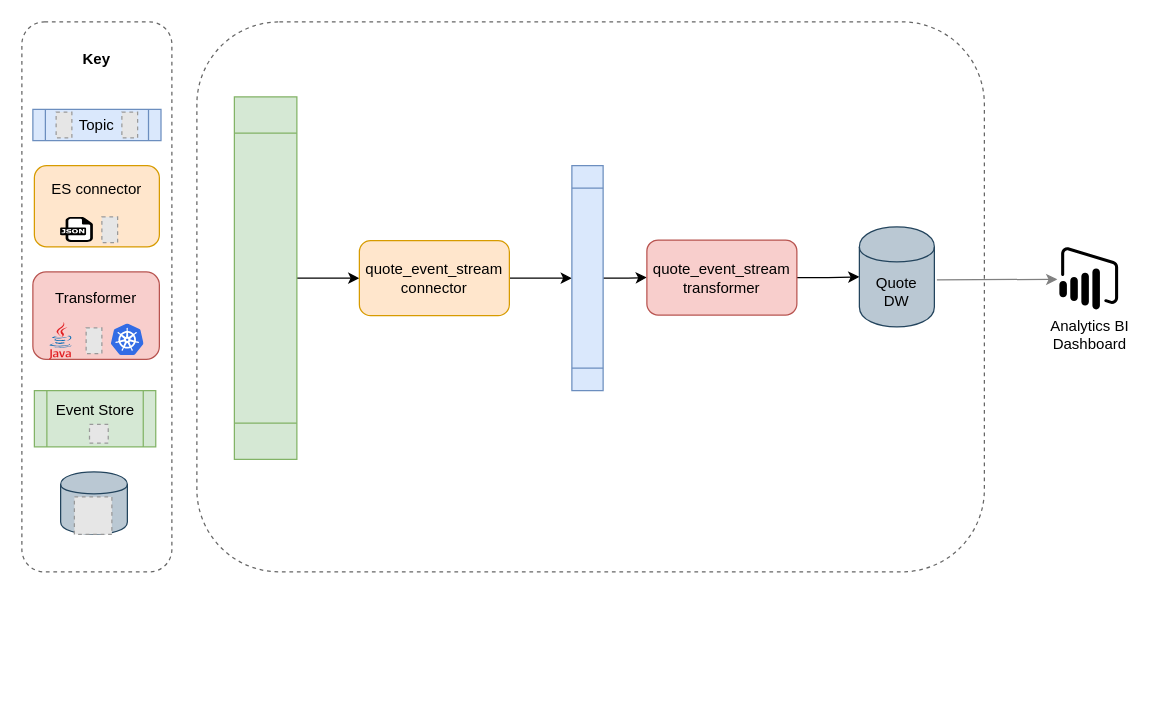
Above: local_setup/diagrams/architecture.drawio in fggreeff/quote-event-stream (draw.io), before the change. Source tidied: cells renumbered, new cells numbered last; positions are measured from the earlier drawing's top-left corner, leaving out a move shared by most shapes. Both pictures are drawn from the tidied source at 125%, with x=0, y=0 at pixel (21, 21). Pictures stored in the file or linked from it are replaced by grey dashed boxes.
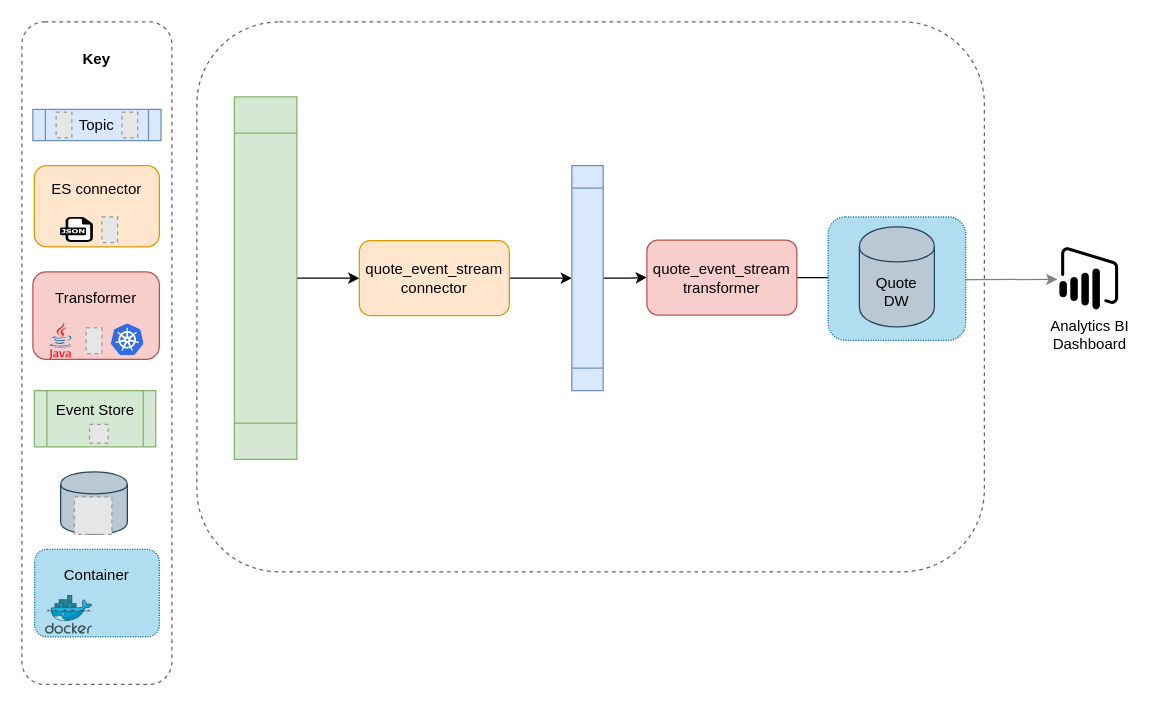
After the change.

Commit message (it also covers changes not shown here):
Update diagram to reflect target operating model

What changed in the source:
```diff
@@
     <mxCell id="8" style="rounded=1;whiteSpace=wrap;html=1;dashed=1;fillColor=none;strokeColor=#666666;fontColor=#333333;" parent="1" vertex="1">
-      <mxGeometry width="120" height="440" as="geometry" />
+      <mxGeometry width="120" height="530" as="geometry" />
     </mxCell>
@@
+    <mxCell id="30" style="rounded=1;whiteSpace=wrap;html=1;fillColor=#b1ddf0;strokeColor=#10739e;dashed=1;dashPattern=1 1;align=left;arcSize=14;" parent="1" vertex="1">
+      <mxGeometry x="645" y="156" width="110" height="98.8" as="geometry" />
+    </mxCell>
@@
+    <mxCell id="31" value="&lt;div&gt;&lt;span&gt;Container&lt;/span&gt;&lt;/div&gt;&lt;br&gt;&lt;div&gt;&lt;br&gt;&lt;/div&gt;" style="rounded=1;whiteSpace=wrap;html=1;fillColor=#b1ddf0;strokeColor=#10739e;dashed=1;dashPattern=1 1;align=center;arcSize=14;" parent="1" vertex="1">
+      <mxGeometry x="10.2" y="422" width="99.8" height="70" as="geometry" />
+    </mxCell>
+    <mxCell id="32" style="html=1;align=center;image;fontSize=12;image=img/lib/mscae/Docker.svg;fillColor=none;" parent="1" vertex="1">
+      <mxGeometry x="19" y="459" width="37.8" height="31" as="geometry" />
+    </mxCell>
```
